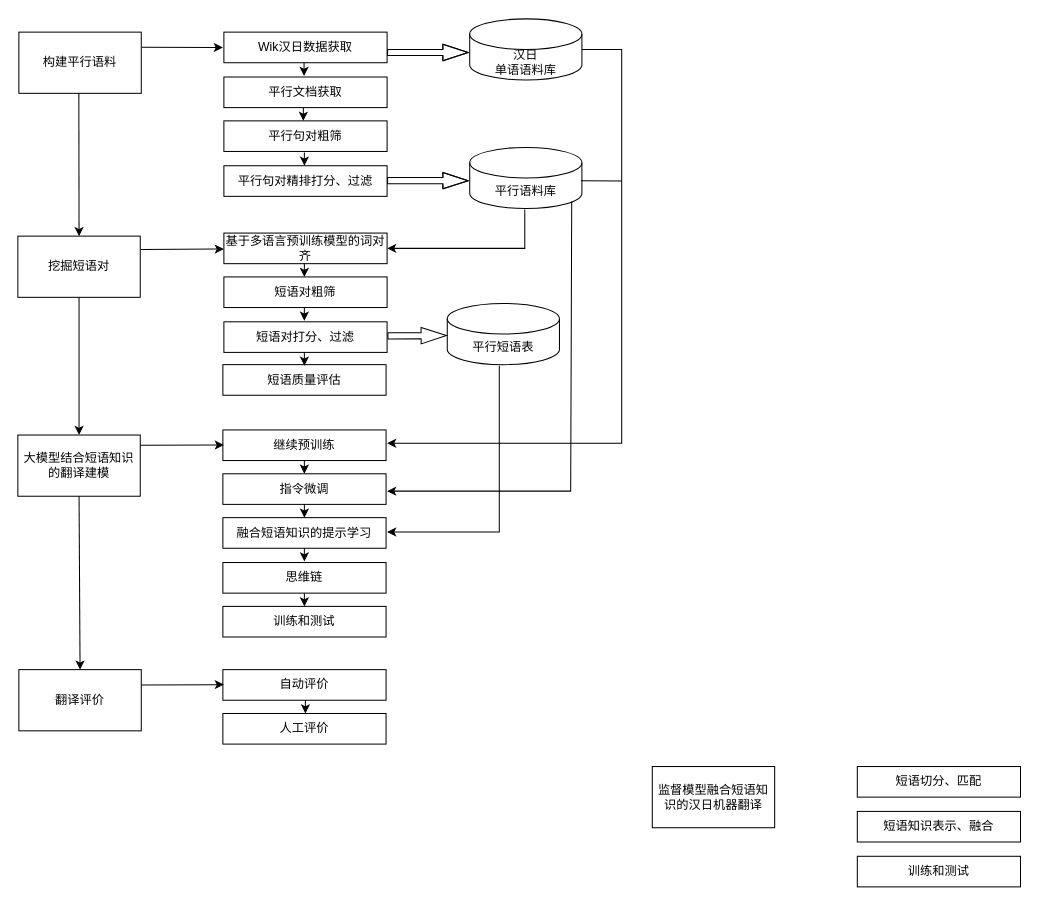
Earlier version of the draw.io diagram 2024教育部社科项目.drawio (lizezhonglaile/drawio). Source tidied: cells renumbered, new cells numbered last; positions are measured from the earlier drawing's top-left corner, leaving out a move shared by most shapes. Both pictures are drawn from the tidied source at 102%, with x=0, y=0 at pixel (17, 18).
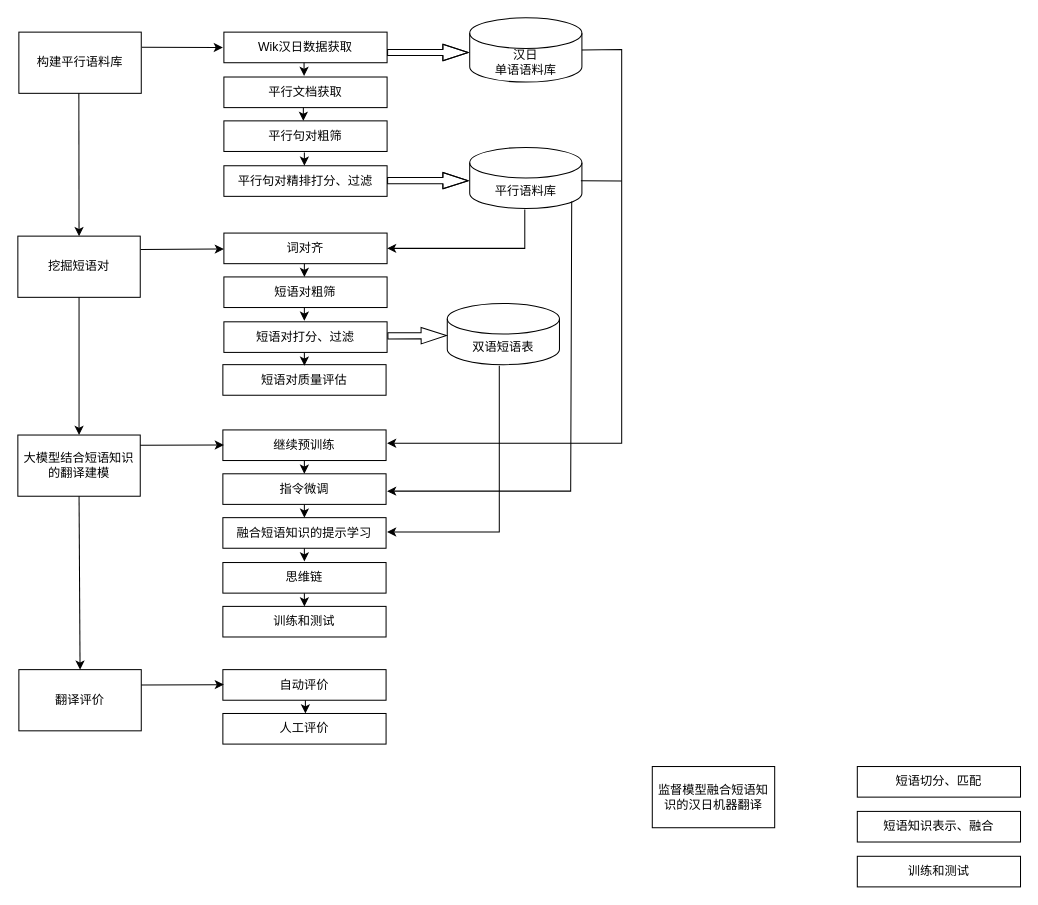
The same diagram, later.

Commit message:
更新2024教育部社科项目.drawio

Change to the diagram source:
```diff
@@
-    <mxCell id="6" value="构建平行语料" style="rounded=0;whiteSpace=wrap;html=1;" parent="1" vertex="1">
+    <mxCell id="6" value="构建平行语料库" style="rounded=0;whiteSpace=wrap;html=1;" parent="1" vertex="1">
       <mxGeometry x="1" y="13" width="120" height="60" as="geometry" />
     </mxCell>
@@
     <mxCell id="11" value="汉日&lt;div&gt;单语语料库&lt;/div&gt;" style="shape=cylinder3;whiteSpace=wrap;html=1;boundedLbl=1;backgroundOutline=1;size=15;" parent="1" vertex="1">
-      <mxGeometry x="443" width="110" height="60" as="geometry" />
+      <mxGeometry x="443" y="-1" width="110" height="63" as="geometry" />
     </mxCell>
@@
-    <mxCell id="14" value="基于多语言预训练模型的词对齐" style="rounded=0;whiteSpace=wrap;html=1;" parent="1" vertex="1">
+    <mxCell id="14" value="词对齐" style="rounded=0;whiteSpace=wrap;html=1;" parent="1" vertex="1">
       <mxGeometry x="202" y="210" width="160" height="30" as="geometry" />
     </mxCell>
@@
-    <mxCell id="17" value="平行短语表" style="shape=cylinder3;whiteSpace=wrap;html=1;boundedLbl=1;backgroundOutline=1;size=15;" parent="1" vertex="1">
+    <mxCell id="17" value="双语短语表" style="shape=cylinder3;whiteSpace=wrap;html=1;boundedLbl=1;backgroundOutline=1;size=15;" parent="1" vertex="1">
       <mxGeometry x="421" y="279" width="110" height="60" as="geometry" />
     </mxCell>
@@
-    <mxCell id="28" value="短语质量评估" style="rounded=0;whiteSpace=wrap;html=1;" parent="1" vertex="1">
+    <mxCell id="28" value="短语对质量评估" style="rounded=0;whiteSpace=wrap;html=1;" parent="1" vertex="1">
       <mxGeometry x="201" y="339" width="160" height="30" as="geometry" />
     </mxCell>
```
